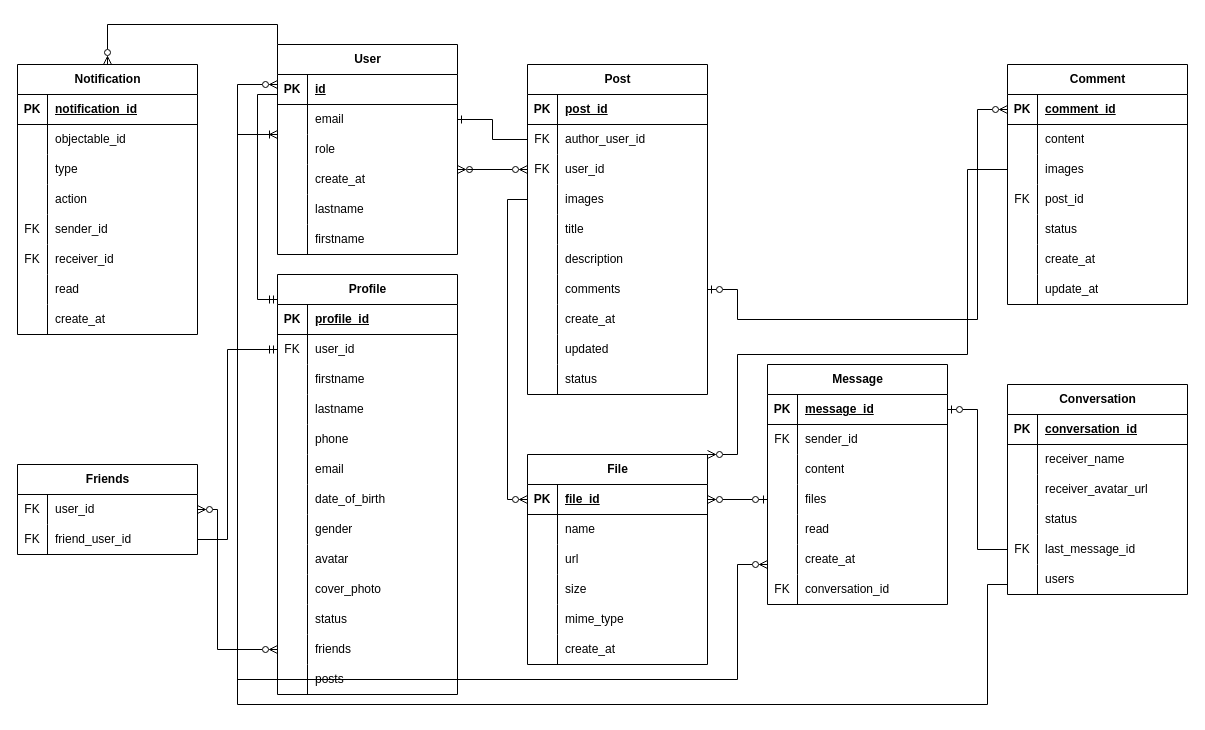
The draw.io diagram Diagram.drawio in thanhvinh73/Social-Media-Talk-To-ChatGPT, before the edit. Source tidied: cells renumbered, new cells numbered last; positions are measured from the earlier drawing's top-left corner, leaving out a move shared by most shapes. Both pictures are drawn from the tidied source at 100%, with x=0, y=0 at pixel (17, 44).
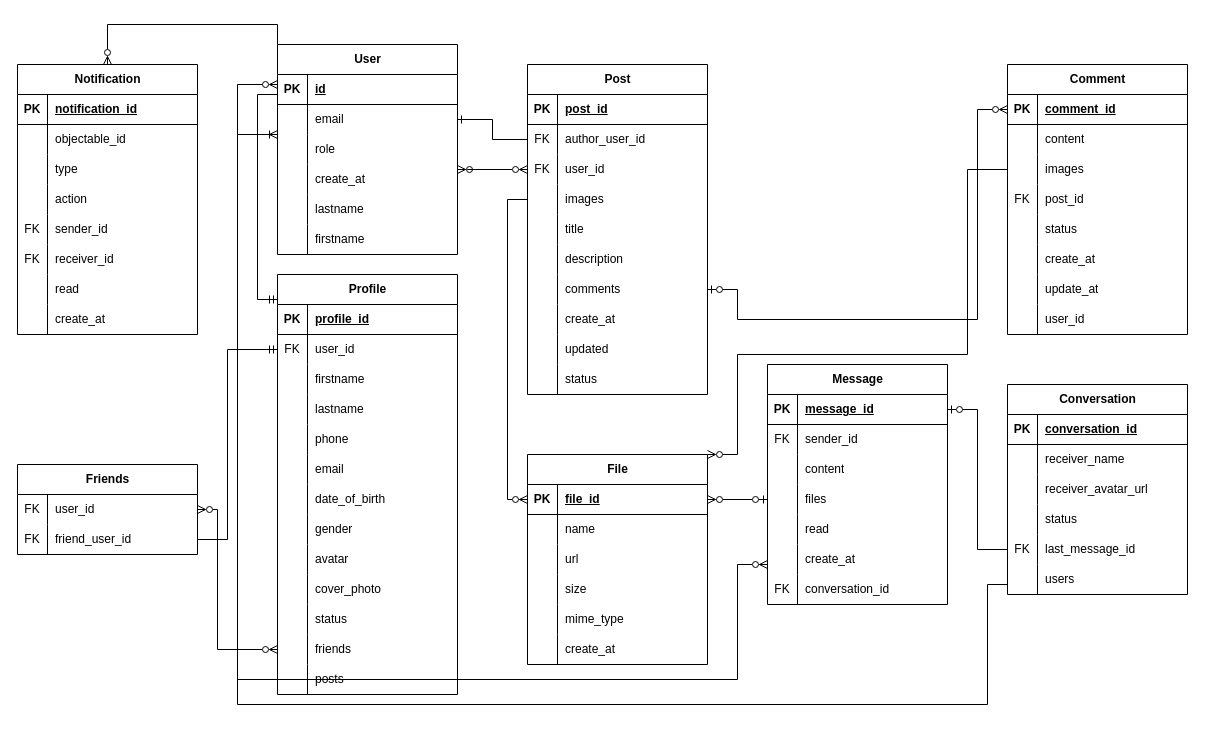
The same diagram, later.

Change to the diagram source:
```diff
@@
     <mxCell id="164" value="Comment" style="shape=table;startSize=30;childLayout=tableLayout;rowLines=0;fontStyle=1;align=center;html=1;" parent="1" vertex="1">
-      <mxGeometry x="990" y="20" width="180" height="240" as="geometry" />
+      <mxGeometry x="990" y="20" width="180" height="270" as="geometry" />
     </mxCell>
@@
+    <mxCell id="220" style="shape=tableRow;horizontal=0;startSize=0;swimlaneHead=0;swimlaneBody=0;fillColor=none;top=0;left=0;right=0;bottom=0;" parent="164" vertex="1">
+      <mxGeometry y="240" width="180" height="30" as="geometry" />
+    </mxCell>
+    <mxCell id="221" style="shape=partialRectangle;fillColor=none;top=0;left=0;bottom=0;right=0;overflow=hidden;whiteSpace=wrap;html=1;" parent="220" vertex="1">
+      <mxGeometry width="30" height="30" as="geometry" />
+    </mxCell>
+    <mxCell id="222" value="user_id" style="shape=partialRectangle;fillColor=none;top=0;left=0;bottom=0;right=0;align=left;spacingLeft=6;overflow=hidden;whiteSpace=wrap;html=1;" parent="220" vertex="1">
+      <mxGeometry x="30" width="150" height="30" as="geometry" />
+    </mxCell>
```
